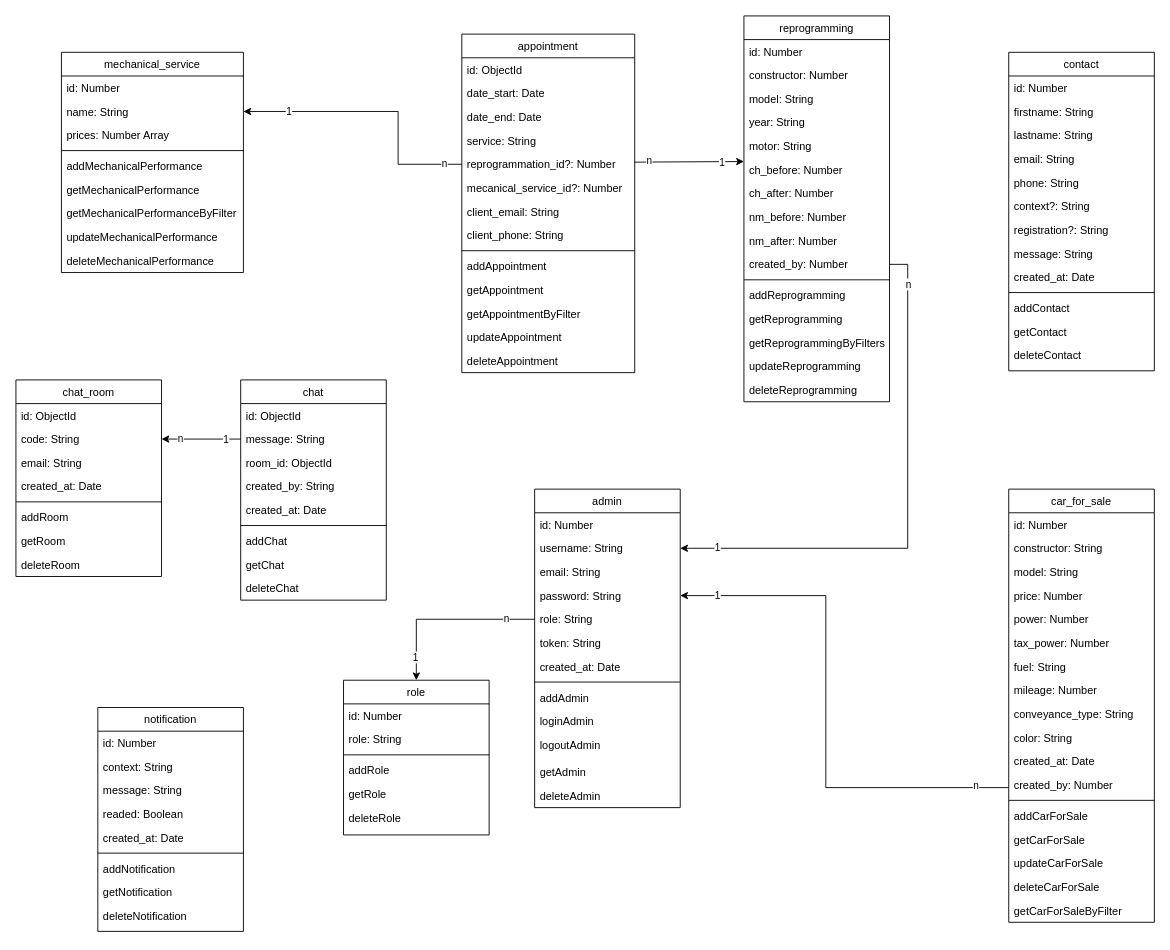
Earlier version of the draw.io diagram documentation/hephaistos-MCD.drawio (nsevendev/hephaistos). Source tidied: cells renumbered, new cells numbered last; positions are measured from the earlier drawing's top-left corner, leaving out a move shared by most shapes. Both pictures are drawn from the tidied source at 91%, with x=0, y=0 at pixel (15, 15).
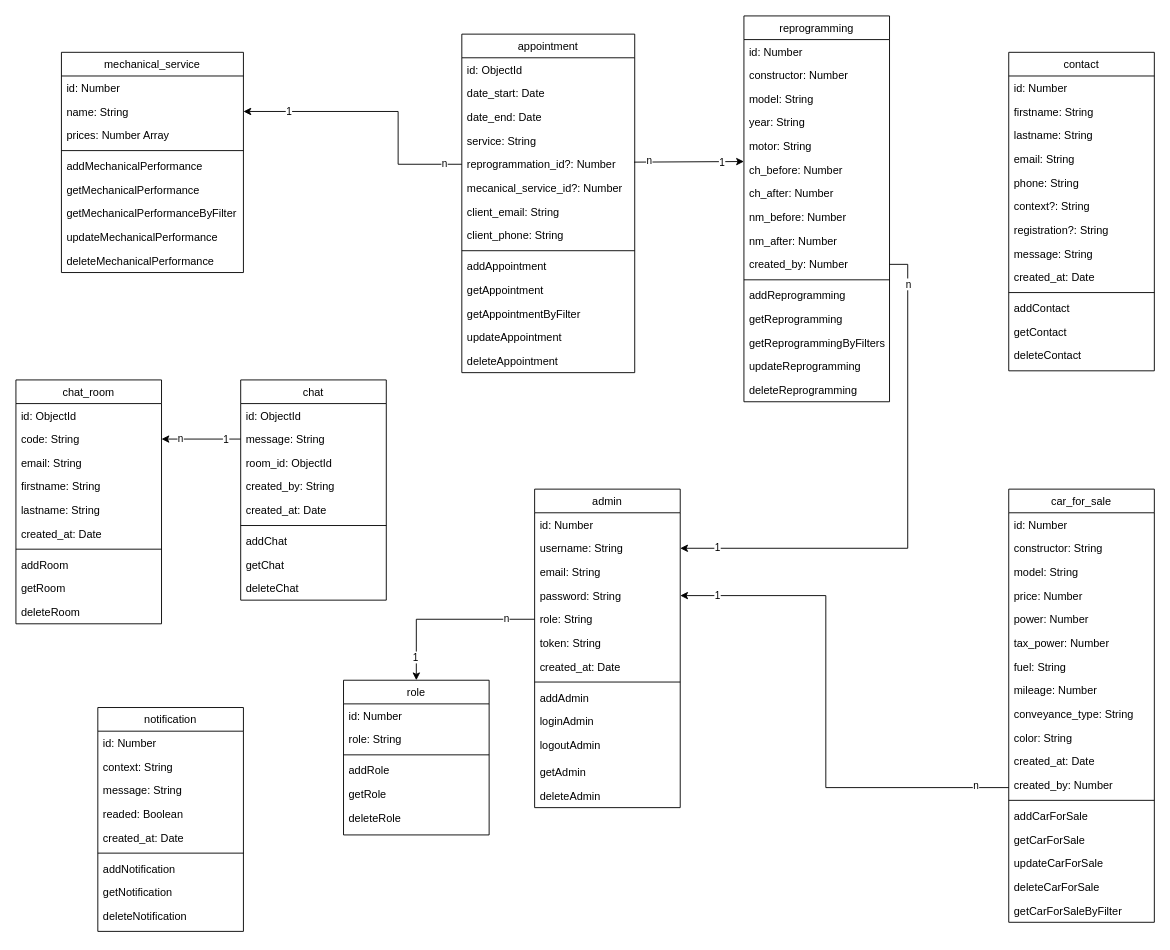
After the change.

Commit message:
modification schema chat_room

Diff of the diagram source:
```diff
@@
     <mxCell id="48" value="chat_room" style="swimlane;fontStyle=0;align=center;verticalAlign=top;horizontal=1;startSize=26;rounded=0;shadow=0;strokeWidth=1;" parent="1" vertex="1">
-      <mxGeometry y="400" width="160" height="216" as="geometry" />
+      <mxGeometry y="400" width="160" height="268" as="geometry" />
     </mxCell>
@@
+    <mxCell id="145" value="firstname: String" style="text;align=left;verticalAlign=top;spacingLeft=4;spacingRight=4;overflow=hidden;" parent="48" vertex="1">
+      <mxGeometry y="104" width="160" height="26" as="geometry" />
+    </mxCell>
+    <mxCell id="146" value="lastname: String" style="text;align=left;verticalAlign=top;spacingLeft=4;spacingRight=4;overflow=hidden;" parent="48" vertex="1">
+      <mxGeometry y="130" width="160" height="26" as="geometry" />
+    </mxCell>
     <mxCell id="52" value="created_at: Date" style="text;align=left;verticalAlign=top;spacingLeft=4;spacingRight=4;overflow=hidden;" parent="48" vertex="1">
-      <mxGeometry y="104" width="160" height="26" as="geometry" />
+      <mxGeometry y="156" width="160" height="26" as="geometry" />
     </mxCell>
     <mxCell id="53" style="line;html=1;strokeWidth=1;align=left;verticalAlign=middle;spacingTop=-1;spacingLeft=3;spacingRight=3;labelPosition=right;" parent="48" vertex="1">
-      <mxGeometry y="130" width="160" height="8" as="geometry" />
+      <mxGeometry y="182" width="160" height="8" as="geometry" />
     </mxCell>
     <mxCell id="54" value="addRoom" style="text;align=left;verticalAlign=top;spacingLeft=4;spacingRight=4;overflow=hidden;" parent="48" vertex="1">
-      <mxGeometry y="138" width="160" height="26" as="geometry" />
+      <mxGeometry y="190" width="160" height="26" as="geometry" />
     </mxCell>
     <mxCell id="55" value="getRoom" style="text;align=left;verticalAlign=top;spacingLeft=4;spacingRight=4;overflow=hidden;" parent="48" vertex="1">
-      <mxGeometry y="164" width="160" height="26" as="geometry" />
+      <mxGeometry y="216" width="160" height="26" as="geometry" />
     </mxCell>
     <mxCell id="56" value="deleteRoom" style="text;align=left;verticalAlign=top;spacingLeft=4;spacingRight=4;overflow=hidden;" parent="48" vertex="1">
-      <mxGeometry y="190" width="160" height="26" as="geometry" />
+      <mxGeometry y="242" width="160" height="26" as="geometry" />
     </mxCell>
```
